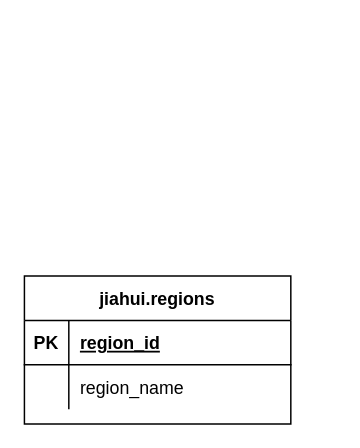
This is HR_ERD.drawio from gracexia02/Assignment7_ERDs-with-draw.io, a draw.io file, before an edit. Source tidied: cells renumbered, new cells numbered last; positions are measured from the earlier drawing's top-left corner, leaving out a move shared by most shapes. Both pictures are drawn from the tidied source at 148%, with x=0, y=0 at pixel (24, 275).
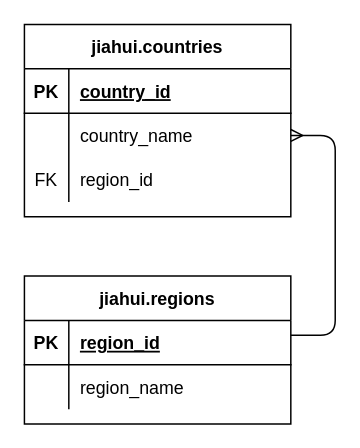
After the change.

Diff of the diagram source:
```diff
@@
+    <mxCell id="9" value="jiahui.countries" style="shape=table;startSize=30;childLayout=tableLayout;rowLines=0;fontStyle=1;align=center;strokeColor=#000000;" parent="1" vertex="1">
+      <mxGeometry y="-170" width="180" height="130" as="geometry" />
+    </mxCell>
+    <mxCell id="10" style="shape=partialRectangle;fillColor=none;top=0;left=0;bottom=1;right=0;" parent="9" vertex="1">
+      <mxGeometry y="30" width="180" height="30" as="geometry" />
+    </mxCell>
+    <mxCell id="11" value="PK" style="shape=partialRectangle;fillColor=none;top=0;left=0;bottom=0;right=0;fontStyle=1;overflow=hidden;" parent="10" vertex="1">
+      <mxGeometry width="30" height="30" as="geometry" />
+    </mxCell>
+    <mxCell id="12" value="country_id" style="shape=partialRectangle;fillColor=none;top=0;left=0;bottom=0;right=0;align=left;spacingLeft=6;fontStyle=5;overflow=hidden;" parent="10" vertex="1">
+      <mxGeometry x="30" width="150" height="30" as="geometry" />
+    </mxCell>
+    <mxCell id="13" style="shape=partialRectangle;fillColor=none;top=0;left=0;bottom=0;right=0;points=[[0,0.5],[1,0.5]];portConstraint=eastwest;" parent="9" vertex="1">
+      <mxGeometry y="60" width="180" height="30" as="geometry" />
+    </mxCell>
+    <mxCell id="14" style="shape=partialRectangle;fillColor=none;top=0;left=0;bottom=0;right=0;overflow=hidden;" parent="13" vertex="1">
+      <mxGeometry width="30" height="30" as="geometry" />
+    </mxCell>
+    <mxCell id="15" value="country_name" style="shape=partialRectangle;fillColor=none;top=0;left=0;bottom=0;right=0;align=left;spacingLeft=6;overflow=hidden;" parent="13" vertex="1">
+      <mxGeometry x="30" width="150" height="30" as="geometry" />
+    </mxCell>
+    <mxCell id="16" style="shape=partialRectangle;fillColor=none;top=0;left=0;bottom=0;right=0;" parent="9" vertex="1">
+      <mxGeometry y="90" width="180" height="30" as="geometry" />
+    </mxCell>
+    <mxCell id="17" value="FK" style="shape=partialRectangle;fillColor=none;top=0;left=0;bottom=0;right=0;overflow=hidden;" parent="16" vertex="1">
+      <mxGeometry width="30" height="30" as="geometry" />
+    </mxCell>
+    <mxCell id="18" value="region_id" style="shape=partialRectangle;fillColor=none;top=0;left=0;bottom=0;right=0;align=left;spacingLeft=6;overflow=hidden;" parent="16" vertex="1">
+      <mxGeometry x="30" width="150" height="30" as="geometry" />
+    </mxCell>
+    <mxCell id="19" style="edgeStyle=entityRelationEdgeStyle;fontSize=12;html=1;endArrow=ERmany;" parent="1" edge="1" target="13">
+      <mxGeometry relative="1" as="geometry">
+        <mxPoint x="180" y="40" as="sourcePoint" />
+      </mxGeometry>
+    </mxCell>
```
